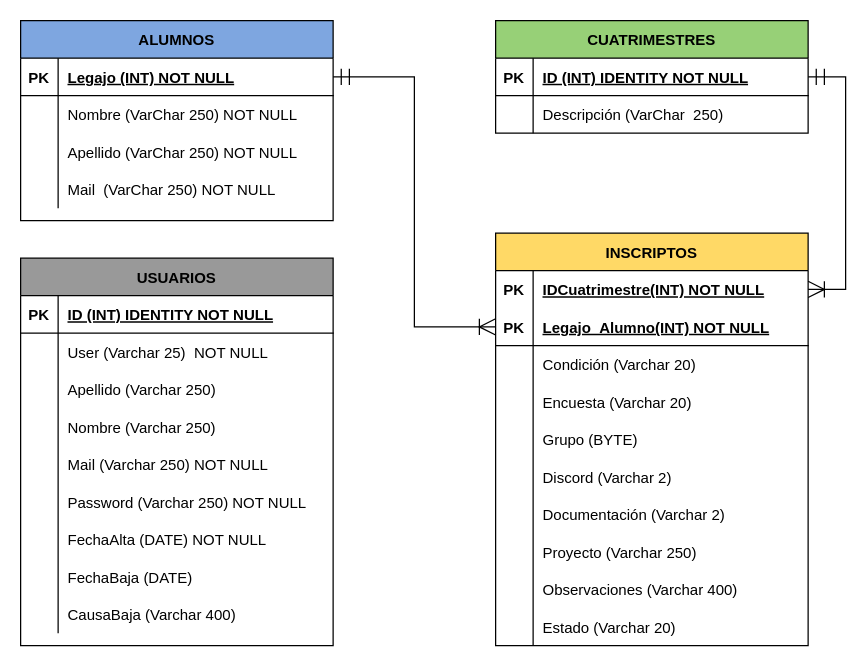
The draw.io diagram Miscellaneous/PracticaSupervisada.drawio in Nahuel200/Practicas-Profesionales, before the edit. Source tidied: cells renumbered, new cells numbered last; positions are measured from the earlier drawing's top-left corner, leaving out a move shared by most shapes. Both pictures are drawn from the tidied source at 125%, with x=0, y=0 at pixel (20, 20).
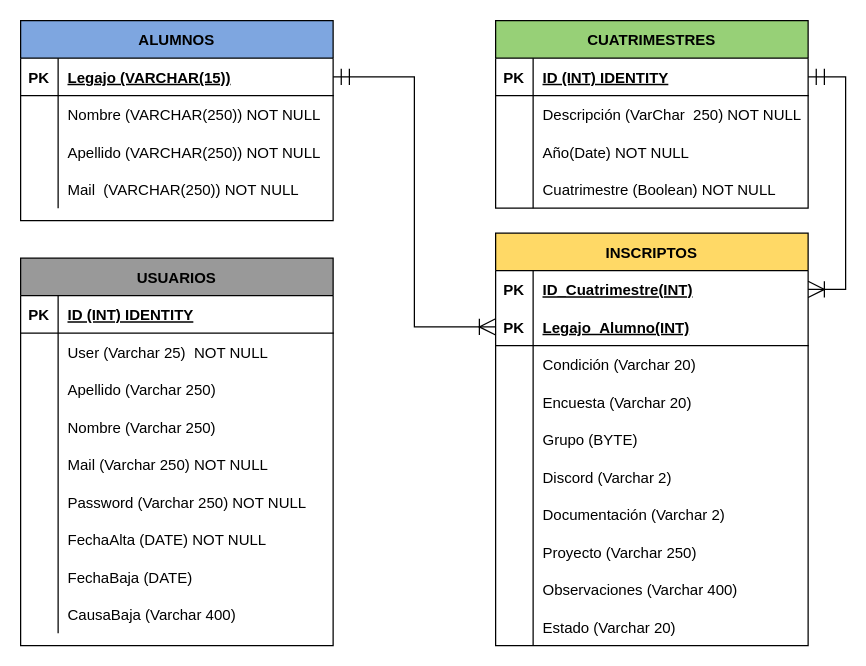
The same page after the edit.

Unchanged cells that the change refers to:
```xml
<mxCell id="3" style="shape=partialRectangle;fillColor=none;points=[[0,0.5],[1,0.5]];portConstraint=eastwest;top=0;left=0;right=0;bottom=1;" parent="2" vertex="1">
  <mxGeometry y="30" width="250" height="30" as="geometry" />
</mxCell>
<mxCell id="6" style="shape=partialRectangle;fillColor=none;top=0;left=0;right=0;bottom=0;" parent="2" vertex="1">
  <mxGeometry y="60" width="250" height="30" as="geometry" />
</mxCell>
<mxCell id="10" style="shape=partialRectangle;fillColor=none;points=[[0,0.5],[1,0.5]];portConstraint=eastwest;top=0;left=0;right=0;bottom=0;" parent="9" vertex="1">
  <mxGeometry y="30" width="250" height="30" as="geometry" />
</mxCell>
<mxCell id="13" style="shape=partialRectangle;fillColor=none;points=[[0,0.5],[1,0.5]];portConstraint=eastwest;top=0;left=0;right=0;bottom=1;" parent="9" vertex="1">
  <mxGeometry y="60" width="250" height="30" as="geometry" />
</mxCell>
<mxCell id="41" style="shape=partialRectangle;fillColor=none;points=[[0,0.5],[1,0.5]];portConstraint=eastwest;top=0;left=0;right=0;bottom=1;" parent="40" vertex="1">
  <mxGeometry y="30" width="250" height="30" as="geometry" />
</mxCell>
<mxCell id="44" style="shape=partialRectangle;fillColor=none;top=0;left=0;right=0;bottom=0;" parent="40" vertex="1">
  <mxGeometry y="60" width="250" height="30" as="geometry" />
</mxCell>
<mxCell id="47" style="shape=partialRectangle;fillColor=none;top=0;left=0;right=0;bottom=0;" parent="40" vertex="1">
  <mxGeometry y="90" width="250" height="30" as="geometry" />
</mxCell>
<mxCell id="50" style="shape=partialRectangle;fillColor=none;top=0;left=0;right=0;bottom=0;" parent="40" vertex="1">
  <mxGeometry y="120" width="250" height="30" as="geometry" />
</mxCell>
<mxCell id="54" style="shape=partialRectangle;fillColor=none;top=0;left=0;right=0;bottom=1;" parent="53" vertex="1">
  <mxGeometry y="30" width="250" height="30" as="geometry" />
</mxCell>
```

Change to the diagram source:
```diff
@@
     <mxCell id="2" value="CUATRIMESTRES" style="shape=table;startSize=30;childLayout=tableLayout;rowLines=0;fontStyle=1;align=center;fillColor=#97D077;" parent="1" vertex="1">
-      <mxGeometry x="380" width="250" height="90" as="geometry" />
+      <mxGeometry x="380" width="250" height="150" as="geometry" />
     </mxCell>
@@
-    <mxCell id="5" value="ID (INT) IDENTITY NOT NULL" style="shape=partialRectangle;overflow=hidden;fillColor=none;top=0;left=0;bottom=0;right=0;align=left;spacingLeft=6;fontStyle=5;" parent="3" vertex="1">
+    <mxCell id="5" value="ID (INT) IDENTITY" style="shape=partialRectangle;overflow=hidden;fillColor=none;top=0;left=0;bottom=0;right=0;align=left;spacingLeft=6;fontStyle=5;" parent="3" vertex="1">
       <mxGeometry x="30" width="220" height="30" as="geometry" />
     </mxCell>
@@
-    <mxCell id="8" value="Descripción (VarChar  250)" style="shape=partialRectangle;overflow=hidden;fillColor=none;top=0;left=0;bottom=0;right=0;align=left;spacingLeft=6;" parent="6" vertex="1">
+    <mxCell id="8" value="Descripción (VarChar  250) NOT NULL" style="shape=partialRectangle;overflow=hidden;fillColor=none;top=0;left=0;bottom=0;right=0;align=left;spacingLeft=6;" parent="6" vertex="1">
       <mxGeometry x="30" width="220" height="30" as="geometry" />
     </mxCell>
+    <mxCell id="83" style="shape=partialRectangle;fillColor=none;top=0;left=0;right=0;bottom=0;" parent="2" vertex="1">
+      <mxGeometry y="90" width="250" height="30" as="geometry" />
+    </mxCell>
+    <mxCell id="84" style="shape=partialRectangle;overflow=hidden;fillColor=none;top=0;left=0;bottom=0;right=0;" parent="83" vertex="1">
+      <mxGeometry width="30" height="30" as="geometry" />
+    </mxCell>
+    <mxCell id="85" value="Año(Date) NOT NULL " style="shape=partialRectangle;overflow=hidden;fillColor=none;top=0;left=0;bottom=0;right=0;align=left;spacingLeft=6;" parent="83" vertex="1">
+      <mxGeometry x="30" width="220" height="30" as="geometry" />
+    </mxCell>
+    <mxCell id="86" style="shape=partialRectangle;fillColor=none;top=0;left=0;right=0;bottom=0;" parent="2" vertex="1">
+      <mxGeometry y="120" width="250" height="30" as="geometry" />
+    </mxCell>
+    <mxCell id="87" style="shape=partialRectangle;overflow=hidden;fillColor=none;top=0;left=0;bottom=0;right=0;" parent="86" vertex="1">
+      <mxGeometry width="30" height="30" as="geometry" />
+    </mxCell>
+    <mxCell id="88" value="Cuatrimestre (Boolean) NOT NULL" style="shape=partialRectangle;overflow=hidden;fillColor=none;top=0;left=0;bottom=0;right=0;align=left;spacingLeft=6;" parent="86" vertex="1">
+      <mxGeometry x="30" width="220" height="30" as="geometry" />
+    </mxCell>
@@
-    <mxCell id="12" value="IDCuatrimestre(INT) NOT NULL" style="shape=partialRectangle;overflow=hidden;fillColor=none;top=0;left=0;bottom=0;right=0;align=left;spacingLeft=6;fontStyle=5;" parent="10" vertex="1">
+    <mxCell id="12" value="ID_Cuatrimestre(INT)" style="shape=partialRectangle;overflow=hidden;fillColor=none;top=0;left=0;bottom=0;right=0;align=left;spacingLeft=6;fontStyle=5;" parent="10" vertex="1">
       <mxGeometry x="30" width="220" height="30" as="geometry" />
     </mxCell>
@@
-    <mxCell id="15" value="Legajo_Alumno(INT) NOT NULL" style="shape=partialRectangle;overflow=hidden;fillColor=none;top=0;left=0;bottom=0;right=0;align=left;spacingLeft=6;fontStyle=5;" parent="13" vertex="1">
+    <mxCell id="15" value="Legajo_Alumno(INT)" style="shape=partialRectangle;overflow=hidden;fillColor=none;top=0;left=0;bottom=0;right=0;align=left;spacingLeft=6;fontStyle=5;" parent="13" vertex="1">
       <mxGeometry x="30" width="220" height="30" as="geometry" />
     </mxCell>
@@
-    <mxCell id="43" value="Legajo (INT) NOT NULL" style="shape=partialRectangle;overflow=hidden;fillColor=none;top=0;left=0;bottom=0;right=0;align=left;spacingLeft=6;fontStyle=5;" parent="41" vertex="1">
+    <mxCell id="43" value="Legajo (VARCHAR(15))" style="shape=partialRectangle;overflow=hidden;fillColor=none;top=0;left=0;bottom=0;right=0;align=left;spacingLeft=6;fontStyle=5;" parent="41" vertex="1">
       <mxGeometry x="30" width="220" height="30" as="geometry" />
     </mxCell>
@@
-    <mxCell id="46" value="Nombre (VarChar 250) NOT NULL" style="shape=partialRectangle;overflow=hidden;fillColor=none;top=0;left=0;bottom=0;right=0;align=left;spacingLeft=6;" parent="44" vertex="1">
+    <mxCell id="46" value="Nombre (VARCHAR(250)) NOT NULL" style="shape=partialRectangle;overflow=hidden;fillColor=none;top=0;left=0;bottom=0;right=0;align=left;spacingLeft=6;" parent="44" vertex="1">
       <mxGeometry x="30" width="220" height="30" as="geometry" />
     </mxCell>
@@
-    <mxCell id="49" value="Apellido (VarChar 250) NOT NULL" style="shape=partialRectangle;overflow=hidden;fillColor=none;top=0;left=0;bottom=0;right=0;align=left;spacingLeft=6;" parent="47" vertex="1">
+    <mxCell id="49" value="Apellido (VARCHAR(250)) NOT NULL" style="shape=partialRectangle;overflow=hidden;fillColor=none;top=0;left=0;bottom=0;right=0;align=left;spacingLeft=6;" parent="47" vertex="1">
       <mxGeometry x="30" width="220" height="30" as="geometry" />
     </mxCell>
@@
-    <mxCell id="52" value="Mail  (VarChar 250) NOT NULL" style="shape=partialRectangle;overflow=hidden;fillColor=none;top=0;left=0;bottom=0;right=0;align=left;spacingLeft=6;" parent="50" vertex="1">
+    <mxCell id="52" value="Mail  (VARCHAR(250)) NOT NULL" style="shape=partialRectangle;overflow=hidden;fillColor=none;top=0;left=0;bottom=0;right=0;align=left;spacingLeft=6;" parent="50" vertex="1">
       <mxGeometry x="30" width="220" height="30" as="geometry" />
     </mxCell>
@@
-    <mxCell id="56" value="ID (INT) IDENTITY NOT NULL" style="shape=partialRectangle;overflow=hidden;fillColor=none;top=0;left=0;bottom=0;right=0;align=left;spacingLeft=6;fontStyle=5;" parent="54" vertex="1">
+    <mxCell id="56" value="ID (INT) IDENTITY" style="shape=partialRectangle;overflow=hidden;fillColor=none;top=0;left=0;bottom=0;right=0;align=left;spacingLeft=6;fontStyle=5;" parent="54" vertex="1">
       <mxGeometry x="30" width="220" height="30" as="geometry" />
     </mxCell>
```
